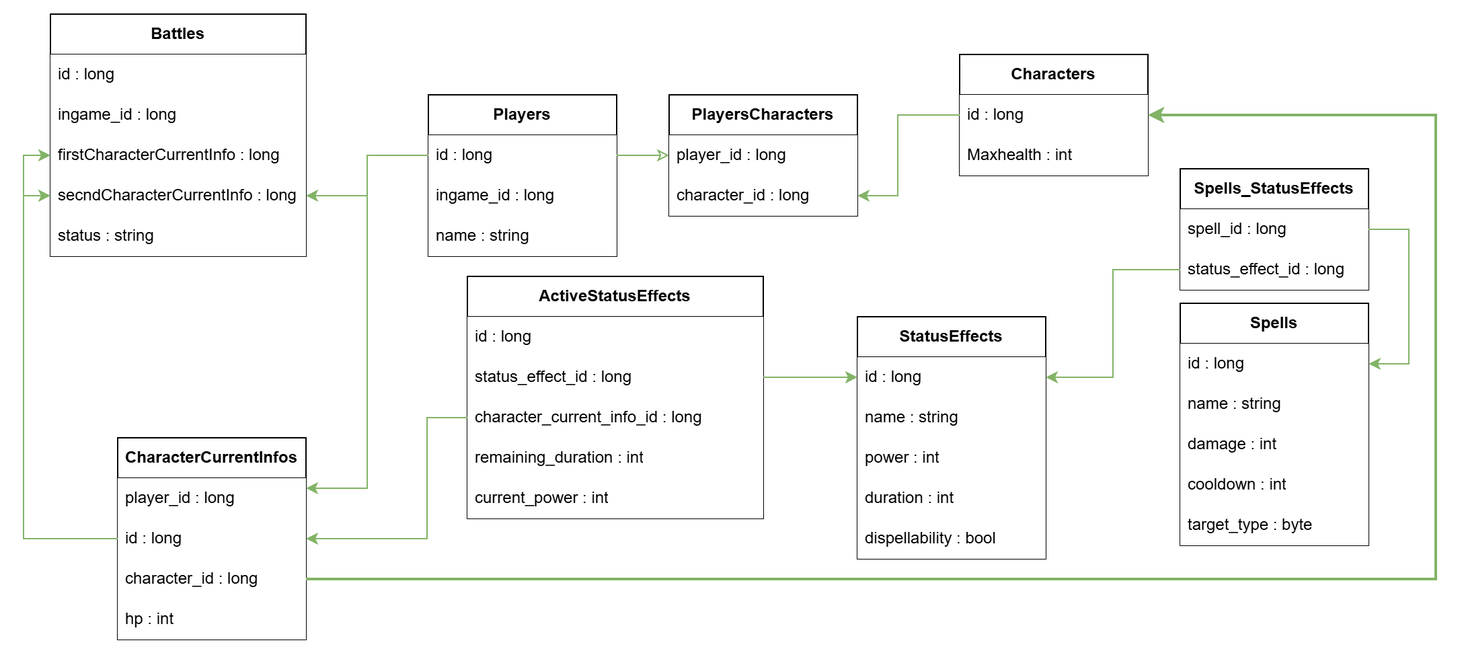
The draw.io diagram Documentation/Images/DataBaseDiagram.png in WyzalDev/MagicHeroes, before a commit. Source tidied: cells renumbered, new cells last; positions are measured from the earlier drawing's top-left corner, leaving out a move shared by most shapes.
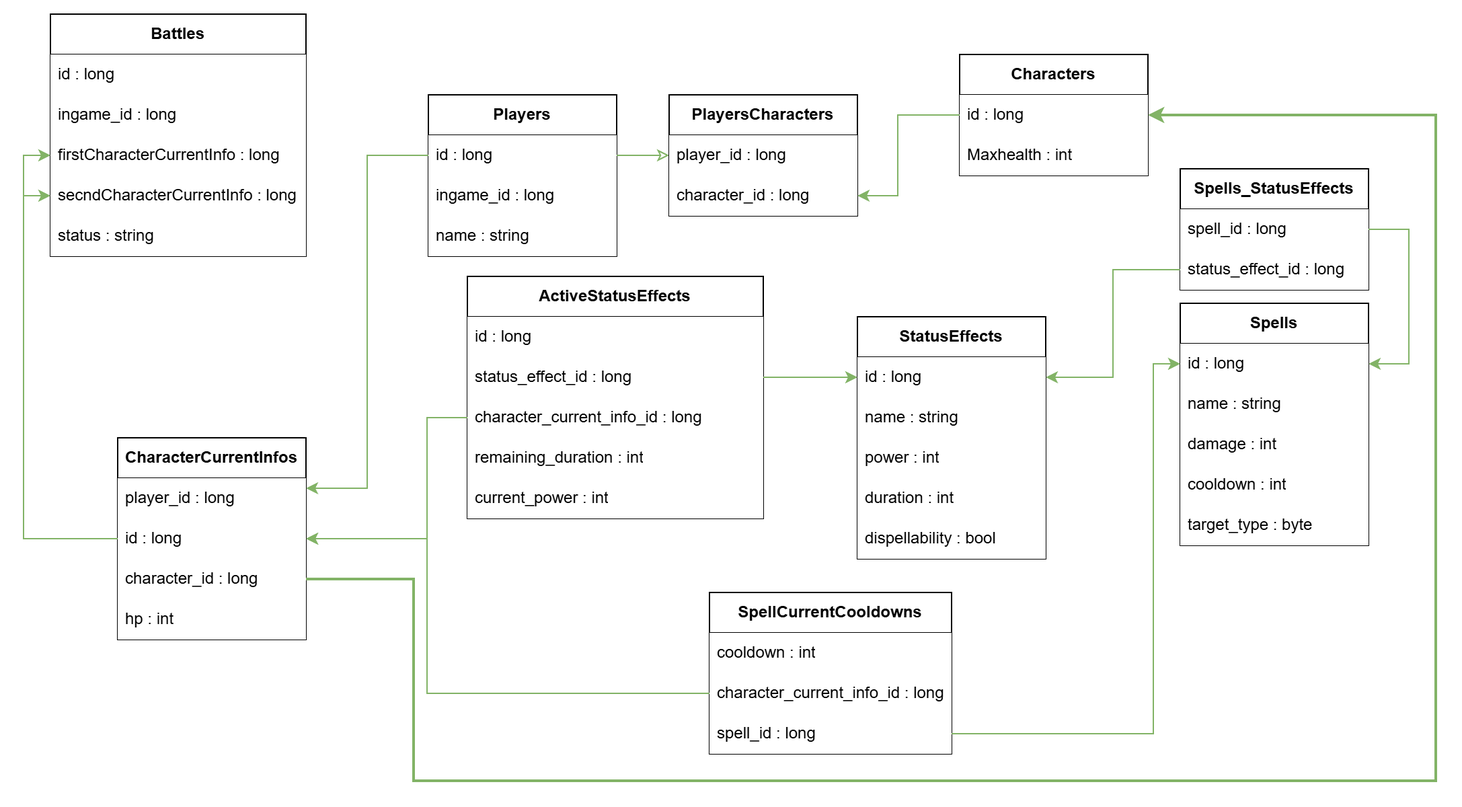
The same file after the commit.

What changed in the source:
```diff
@@ -3,7 +3,7 @@
     <mxCell id="0" />
     <mxCell id="1" parent="0" />
     <mxCell id="2" style="group;" parent="1" vertex="1">
-      <mxGeometry width="1050" height="465" as="geometry" />
+      <mxGeometry width="1050" height="570" as="geometry" />
     </mxCell>
     <mxCell id="3" value="&lt;b&gt;Players&lt;/b&gt;" style="swimlane;fontStyle=0;horizontal=1;startSize=30;whiteSpace=wrap;html=1;" parent="2" vertex="1">
       <mxGeometry x="301" y="60" width="140" height="120" as="geometry" />
@@ -147,7 +147,9 @@
     <mxCell id="46" style="endArrow=classic;html=1;rounded=0;exitX=1;exitY=0.5;exitDx=0;exitDy=0;entryX=1;entryY=0.5;entryDx=0;entryDy=0;strokeWidth=2;fillColor=#d5e8d4;gradientColor=#97d077;strokeColor=#82b366;" parent="2" edge="1" source="44" target="8">
       <mxGeometry relative="1" as="geometry">
         <Array as="points">
-          <mxPoint x="1050" y="420" />
+          <mxPoint x="290" y="420" />
+          <mxPoint x="290" y="570" />
+          <mxPoint x="1050" y="570" />
           <mxPoint x="1050" y="75" />
         </Array>
       </mxGeometry>
@@ -196,8 +198,33 @@
     <mxCell id="54" style="edgeStyle=orthogonalEdgeStyle;rounded=0;jettySize=auto;html=1;entryX=1;entryY=0.25;entryDx=0;entryDy=0;fillColor=#d5e8d4;gradientColor=#97d077;strokeColor=#82b366;" parent="2" edge="1" source="4" target="41">
       <mxGeometry relative="1" as="geometry" />
     </mxCell>
-    <mxCell id="55" style="edgeStyle=orthogonalEdgeStyle;rounded=0;jettySize=auto;html=1;fillColor=#d5e8d4;gradientColor=#97d077;strokeColor=#82b366;" parent="2" edge="1" source="4" target="14">
-      <mxGeometry relative="1" as="geometry" />
+    <mxCell id="55" value="SpellCurrentCooldowns" style="swimlane;fontStyle=1;horizontal=1;startSize=30;whiteSpace=wrap;html=1;" parent="2" vertex="1">
+      <mxGeometry x="510" y="430" width="180" height="120" as="geometry" />
     </mxCell>
+    <mxCell id="56" value="cooldown : int" style="text;strokeColor=none;fillColor=default;align=left;verticalAlign=middle;spacingLeft=4;spacingRight=4;overflow=hidden;whiteSpace=wrap;html=1;" parent="55" vertex="1">
+      <mxGeometry y="30" width="180" height="30" as="geometry" />
+    </mxCell>
+    <mxCell id="57" value="character_current_info_id : long" style="text;strokeColor=none;fillColor=default;align=left;verticalAlign=middle;spacingLeft=4;spacingRight=4;overflow=hidden;points=[[0,0.5],[1,0.5]];portConstraint=eastwest;whiteSpace=wrap;html=1;" parent="55" vertex="1">
+      <mxGeometry y="60" width="180" height="30" as="geometry" />
+    </mxCell>
+    <mxCell id="58" value="spell_id : long" style="text;strokeColor=none;fillColor=default;align=left;verticalAlign=middle;spacingLeft=4;spacingRight=4;overflow=hidden;points=[[0,0.5],[1,0.5]];portConstraint=eastwest;whiteSpace=wrap;html=1;" parent="55" vertex="1">
+      <mxGeometry y="90" width="180" height="30" as="geometry" />
+    </mxCell>
+    <mxCell id="59" style="endArrow=classic;html=1;rounded=0;exitX=0;exitY=0.5;exitDx=0;exitDy=0;entryX=1;entryY=0.5;entryDx=0;entryDy=0;fillColor=#d5e8d4;gradientColor=#97d077;strokeColor=#82b366;" parent="2" edge="1" source="57" target="43">
+      <mxGeometry relative="1" as="geometry">
+        <Array as="points">
+          <mxPoint x="300" y="505" />
+          <mxPoint x="300" y="390" />
+        </Array>
+      </mxGeometry>
+    </mxCell>
+    <mxCell id="60" style="endArrow=classic;html=1;rounded=0;entryX=0;entryY=0.5;entryDx=0;entryDy=0;exitX=1;exitY=0.5;exitDx=0;exitDy=0;fillColor=#d5e8d4;gradientColor=#97d077;strokeColor=#82b366;" parent="2" edge="1" source="58" target="17">
+      <mxGeometry relative="1" as="geometry">
+        <Array as="points">
+          <mxPoint x="840" y="535" />
+          <mxPoint x="840" y="260" />
+        </Array>
+      </mxGeometry>
+    </mxCell>
   </root>
 </mxGraphModel>
```
